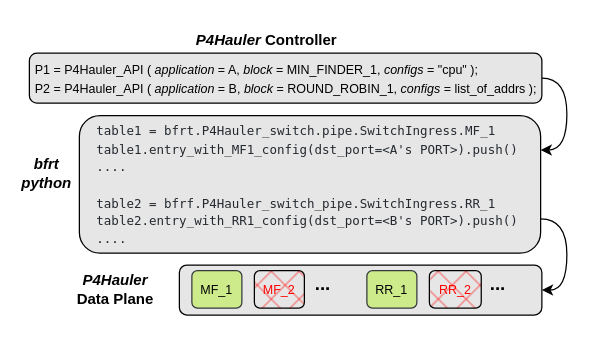
Earlier version of the draw.io diagram page "Page-6" (6 of 6) of Table-Figs/DP.drawio (PINetDalhousie/P4Hauler). Source tidied: cells renumbered, new cells numbered last; positions are measured from the earlier drawing's top-left corner, leaving out a move shared by most shapes. Both pictures are drawn from the tidied source at 125%, with x=0, y=0 at pixel (21, 21).
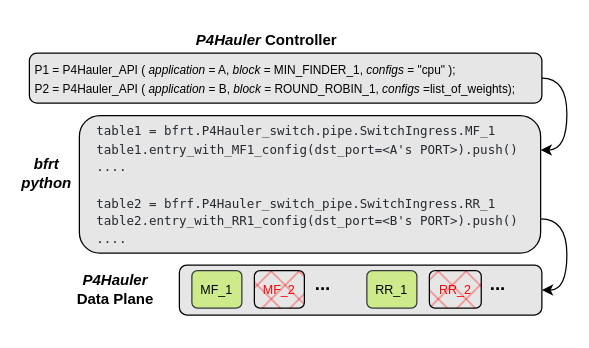
The same page after the edit.

Diff of the diagram source:
```diff
@@
 <mxGraphModel>
   <root>
     <mxCell id="0" />
     <mxCell id="1" parent="0" />
     <mxCell id="2" style="edgeStyle=orthogonalEdgeStyle;jettySize=auto;html=1;entryX=1;entryY=0.25;entryDx=0;entryDy=0;fontSize=9;exitX=1;exitY=0.5;exitDx=0;exitDy=0;curved=1;" parent="1" edge="1" source="3" target="6">
       <mxGeometry relative="1" as="geometry" />
     </mxCell>
-    <mxCell id="3" value="&lt;font style=&quot;font-size: 10px;&quot;&gt;&amp;nbsp;P1 = P4Hauler_API ( &lt;i&gt;application&lt;/i&gt; = A, &lt;i&gt;block&lt;/i&gt; = MIN_FINDER_1, &lt;i&gt;configs&lt;/i&gt; = &quot;cpu&quot; );&lt;br&gt;&amp;nbsp;P2 =&amp;nbsp;P4Hauler_API&amp;nbsp;(&amp;nbsp;&lt;i style=&quot;border-color: var(--border-color);&quot;&gt;application&lt;/i&gt;&amp;nbsp;= B,&amp;nbsp;&lt;i style=&quot;border-color: var(--border-color);&quot;&gt;block&lt;/i&gt;&amp;nbsp;= ROUND_ROBIN_1,&amp;nbsp;&lt;i style=&quot;border-color: var(--border-color);&quot;&gt;configs&lt;/i&gt;&amp;nbsp;= list_of_addrs );&lt;/font&gt;" style="rounded=1;whiteSpace=wrap;html=1;fillColor=#E6E6E6;align=left;" parent="1" vertex="1">
+    <mxCell id="3" value="&lt;font style=&quot;font-size: 9.5px;&quot;&gt;&amp;nbsp;P1 = P4Hauler_API ( &lt;i&gt;application&lt;/i&gt; = A, &lt;i&gt;block&lt;/i&gt; = MIN_FINDER_1, &lt;i&gt;configs&lt;/i&gt; = &quot;cpu&quot; );&lt;br&gt;&amp;nbsp;P2 =&amp;nbsp;P4Hauler_API&amp;nbsp;(&amp;nbsp;&lt;i style=&quot;border-color: var(--border-color);&quot;&gt;application&lt;/i&gt;&amp;nbsp;= B,&amp;nbsp;&lt;i style=&quot;border-color: var(--border-color);&quot;&gt;block&lt;/i&gt;&amp;nbsp;= ROUND_ROBIN_1,&amp;nbsp;&lt;i style=&quot;border-color: var(--border-color);&quot;&gt;configs&lt;/i&gt;&amp;nbsp;=list_of_weights);&lt;/font&gt;" style="rounded=1;whiteSpace=wrap;html=1;fillColor=#E6E6E6;align=left;" parent="1" vertex="1">
       <mxGeometry x="6" y="25" width="410" height="40" as="geometry" />
     </mxCell>
     <mxCell id="4" value="&lt;b&gt;&lt;font style=&quot;font-size: 12px;&quot;&gt;&lt;i&gt;P4Hauler&amp;nbsp;&lt;/i&gt;&lt;/font&gt;&lt;/b&gt;&lt;span style=&quot;font-size: 12px;&quot;&gt;&lt;b&gt;Controller&lt;/b&gt;&lt;/span&gt;" style="text;html=1;strokeColor=none;fillColor=none;align=center;verticalAlign=middle;whiteSpace=wrap;rounded=0;fontSize=10;" parent="1" vertex="1">
       <mxGeometry x="136" width="120" height="30" as="geometry" />
     </mxCell>
     <mxCell id="5" style="edgeStyle=orthogonalEdgeStyle;curved=1;jettySize=auto;html=1;entryX=1;entryY=0.5;entryDx=0;entryDy=0;fontSize=10;fontColor=#000000;exitX=1;exitY=0.75;exitDx=0;exitDy=0;" parent="1" edge="1" source="6" target="8">
       <mxGeometry relative="1" as="geometry" />
     </mxCell>
     <mxCell id="6" value="&lt;font style=&quot;font-size: 10px;&quot;&gt;&lt;span style=&quot;box-sizing: border-box; caret-color: rgb(36, 41, 47); color: rgb(36, 41, 47); font-family: ui-monospace, SFMono-Regular, &amp;quot;SF Mono&amp;quot;, Menlo, Consolas, &amp;quot;Liberation Mono&amp;quot;, monospace;&quot; class=&quot;pl-s1&quot;&gt;&amp;nbsp; &lt;br&gt;&amp;nbsp; table1 =&amp;nbsp;&lt;/span&gt;&lt;span style=&quot;box-sizing: border-box; caret-color: rgb(36, 41, 47); color: rgb(36, 41, 47); font-family: ui-monospace, SFMono-Regular, &amp;quot;SF Mono&amp;quot;, Menlo, Consolas, &amp;quot;Liberation Mono&amp;quot;, monospace;&quot; class=&quot;pl-s1&quot;&gt;&lt;span style=&quot;box-sizing: border-box;&quot; class=&quot;pl-s1&quot;&gt;&lt;span style=&quot;box-sizing: border-box;&quot; data-hydro-click=&quot;{&amp;quot;event_type&amp;quot;:&amp;quot;code_navigation.click_on_symbol&amp;quot;,&amp;quot;payload&amp;quot;:{&amp;quot;action&amp;quot;:&amp;quot;click_on_symbol&amp;quot;,&amp;quot;repository_id&amp;quot;:557904590,&amp;quot;ref&amp;quot;:&amp;quot;main&amp;quot;,&amp;quot;language&amp;quot;:&amp;quot;Python&amp;quot;,&amp;quot;backend&amp;quot;:&amp;quot;ALEPH_PRECISE&amp;quot;,&amp;quot;code_nav_context&amp;quot;:&amp;quot;BLOB_VIEW&amp;quot;,&amp;quot;retry_backend&amp;quot;:&amp;quot;&amp;quot;,&amp;quot;cross_repo_results_included&amp;quot;:&amp;quot;CROSS_REPO_ENABLED&amp;quot;,&amp;quot;in_repo_result_count&amp;quot;:0,&amp;quot;cross_repo_result_count&amp;quot;:0,&amp;quot;originating_url&amp;quot;:&amp;quot;https://github.com/hesam4g/p4mite_extention/find-definition?q=bfrt&amp;amp;blob_path=switches%2Fconfig_p4mite_switch.py&amp;amp;ref=main&amp;amp;language=Python&amp;amp;row=9&amp;amp;col=9&amp;amp;code_nav_context=BLOB_VIEW&amp;quot;,&amp;quot;user_id&amp;quot;:53886945}}&quot; class=&quot;pl-token&quot;&gt;bfrt.P4Hauler&lt;/span&gt;&lt;/span&gt;&lt;span style=&quot;box-sizing: border-box;&quot; class=&quot;pl-s1&quot;&gt;&lt;span style=&quot;box-sizing: border-box;&quot; data-hydro-click=&quot;{&amp;quot;event_type&amp;quot;:&amp;quot;code_navigation.click_on_symbol&amp;quot;,&amp;quot;payload&amp;quot;:{&amp;quot;action&amp;quot;:&amp;quot;click_on_symbol&amp;quot;,&amp;quot;repository_id&amp;quot;:557904590,&amp;quot;ref&amp;quot;:&amp;quot;main&amp;quot;,&amp;quot;language&amp;quot;:&amp;quot;Python&amp;quot;,&amp;quot;backend&amp;quot;:&amp;quot;ALEPH_PRECISE&amp;quot;,&amp;quot;code_nav_context&amp;quot;:&amp;quot;BLOB_VIEW&amp;quot;,&amp;quot;retry_backend&amp;quot;:&amp;quot;&amp;quot;,&amp;quot;cross_repo_results_included&amp;quot;:&amp;quot;CROSS_REPO_ENABLED&amp;quot;,&amp;quot;in_repo_result_count&amp;quot;:0,&amp;quot;cross_repo_result_count&amp;quot;:0,&amp;quot;originating_url&amp;quot;:&amp;quot;https://github.com/hesam4g/p4mite_extention/find-definition?q=p4mite_switch&amp;amp;blob_path=switches%2Fconfig_p4mite_switch.py&amp;amp;ref=main&amp;amp;language=Python&amp;amp;row=9&amp;amp;col=14&amp;amp;code_nav_context=BLOB_VIEW&amp;quot;,&amp;quot;user_id&amp;quot;:53886945}}&quot; class=&quot;pl-token&quot;&gt;_switch.p&lt;/span&gt;&lt;/span&gt;&lt;span style=&quot;box-sizing: border-box;&quot; class=&quot;pl-s1&quot;&gt;&lt;span style=&quot;box-sizing: border-box;&quot; data-hydro-click=&quot;{&amp;quot;event_type&amp;quot;:&amp;quot;code_navigation.click_on_symbol&amp;quot;,&amp;quot;payload&amp;quot;:{&amp;quot;action&amp;quot;:&amp;quot;click_on_symbol&amp;quot;,&amp;quot;repository_id&amp;quot;:557904590,&amp;quot;ref&amp;quot;:&amp;quot;main&amp;quot;,&amp;quot;language&amp;quot;:&amp;quot;Python&amp;quot;,&amp;quot;backend&amp;quot;:&amp;quot;ALEPH_PRECISE&amp;quot;,&amp;quot;code_nav_context&amp;quot;:&amp;quot;BLOB_VIEW&amp;quot;,&amp;quot;retry_backend&amp;quot;:&amp;quot;&amp;quot;,&amp;quot;cross_repo_results_included&amp;quot;:&amp;quot;CROSS_REPO_ENABLED&amp;quot;,&amp;quot;in_repo_result_count&amp;quot;:0,&amp;quot;cross_repo_result_count&amp;quot;:0,&amp;quot;originating_url&amp;quot;:&amp;quot;https://github.com/hesam4g/p4mite_extention/find-definition?q=pipe&amp;amp;blob_path=switches%2Fconfig_p4mite_switch.py&amp;amp;ref=main&amp;amp;language=Python&amp;amp;row=9&amp;amp;col=28&amp;amp;code_nav_context=BLOB_VIEW&amp;quot;,&amp;quot;user_id&amp;quot;:53886945}}&quot; class=&quot;pl-token&quot;&gt;ipe.S&lt;/span&gt;&lt;/span&gt;&lt;span style=&quot;caret-color: rgb(0, 0, 0); color: var(--color-prettylights-syntax-variable); box-sizing: border-box;&quot; class=&quot;pl-v&quot;&gt;&lt;span style=&quot;box-sizing: border-box;&quot; data-hydro-click=&quot;{&amp;quot;event_type&amp;quot;:&amp;quot;code_navigation.click_on_symbol&amp;quot;,&amp;quot;payload&amp;quot;:{&amp;quot;action&amp;quot;:&amp;quot;click_on_symbol&amp;quot;,&amp;quot;repository_id&amp;quot;:557904590,&amp;quot;ref&amp;quot;:&amp;quot;main&amp;quot;,&amp;quot;language&amp;quot;:&amp;quot;Python&amp;quot;,&amp;quot;backend&amp;quot;:&amp;quot;ALEPH_PRECISE&amp;quot;,&amp;quot;code_nav_context&amp;quot;:&amp;quot;BLOB_VIEW&amp;quot;,&amp;quot;retry_backend&amp;quot;:&amp;quot;&amp;quot;,&amp;quot;cross_repo_results_included&amp;quot;:&amp;quot;CROSS_REPO_ENABLED&amp;quot;,&amp;quot;in_repo_result_count&amp;quot;:0,&amp;quot;cross_repo_result_count&amp;quot;:0,&amp;quot;originating_url&amp;quot;:&amp;quot;https://github.com/hesam4g/p4mite_extention/find-definition?q=SwitchIngress&amp;amp;blob_path=switches%2Fconfig_p4mite_switch.py&amp;amp;ref=main&amp;amp;language=Python&amp;amp;row=9&amp;amp;col=33&amp;amp;code_nav_context=BLOB_VIEW&amp;quot;,&amp;quot;user_id&amp;quot;:53886945}}&quot; class=&quot;pl-token&quot;&gt;witchIngress.MF_1&lt;/span&gt;&lt;/span&gt;&lt;br&gt;&amp;nbsp; table1.entry_with_MF1_config(dst_port=&amp;lt;A's PORT&amp;gt;).push()&lt;br&gt;&amp;nbsp; ....&lt;br&gt;&lt;br&gt;&amp;nbsp; table2 = bfrf.P4Hauler_switch_pipe.SwitchIngress.RR_1&lt;br&gt;&amp;nbsp; table2.entry_with_RR1_config(dst_port=&amp;lt;B's PORT&amp;gt;).push()&lt;br&gt;&amp;nbsp; ....&lt;br&gt;&lt;br&gt;&lt;/span&gt;&lt;/font&gt;" style="rounded=1;whiteSpace=wrap;html=1;fillColor=#E6E6E6;align=left;" parent="1" vertex="1">
       <mxGeometry x="46" y="75" width="369" height="110" as="geometry" />
     </mxCell>
     <mxCell id="7" value="&lt;span style=&quot;font-size: 12px;&quot;&gt;&lt;b&gt;&lt;i&gt;bfrt&lt;br&gt;python&lt;/i&gt;&lt;/b&gt;&lt;/span&gt;" style="text;html=1;strokeColor=none;fillColor=none;align=center;verticalAlign=middle;whiteSpace=wrap;rounded=0;fontSize=10;" parent="1" vertex="1">
       <mxGeometry y="106" width="40" height="30" as="geometry" />
     </mxCell>
     <mxCell id="8" style="rounded=1;whiteSpace=wrap;html=1;fillColor=#E6E6E6;align=left;" parent="1" vertex="1">
       <mxGeometry x="126" y="194.5" width="290" height="40" as="geometry" />
     </mxCell>
     <mxCell id="9" value="MF_1" style="rounded=1;whiteSpace=wrap;html=1;fontSize=10;fillColor=#cdeb8b;strokeColor=#36393d;" parent="1" vertex="1">
       <mxGeometry x="136" y="199" width="40" height="30" as="geometry" />
     </mxCell>
     <mxCell id="10" value="&lt;font color=&quot;#ff0000&quot;&gt;MF_2&lt;/font&gt;" style="rounded=1;whiteSpace=wrap;html=1;fontSize=10;fontColor=#000000;fillStyle=cross-hatch;fillColor=#FF0000;" parent="1" vertex="1">
       <mxGeometry x="186" y="199" width="40" height="30" as="geometry" />
     </mxCell>
     <mxCell id="11" value="&lt;b&gt;&lt;font style=&quot;font-size: 12px;&quot;&gt;&lt;i&gt;P4Hauler&lt;br&gt;&lt;/i&gt;&lt;/font&gt;&lt;/b&gt;&lt;span style=&quot;font-size: 12px;&quot;&gt;&lt;b&gt;Data Plane&lt;/b&gt;&lt;/span&gt;" style="text;html=1;strokeColor=none;fillColor=none;align=center;verticalAlign=middle;whiteSpace=wrap;rounded=0;fontSize=10;" parent="1" vertex="1">
       <mxGeometry x="40" y="184.5" width="70" height="59" as="geometry" />
     </mxCell>
     <mxCell id="12" value="&lt;font style=&quot;font-size: 15px;&quot;&gt;&lt;b&gt;...&lt;/b&gt;&lt;/font&gt;" style="text;html=1;strokeColor=none;fillColor=none;align=center;verticalAlign=middle;whiteSpace=wrap;rounded=0;fillStyle=auto;fontSize=10;fontColor=#000000;" parent="1" vertex="1">
       <mxGeometry x="366" y="199" width="30" height="20" as="geometry" />
     </mxCell>
     <mxCell id="13" value="&lt;font style=&quot;font-size: 15px;&quot;&gt;&lt;b&gt;...&lt;/b&gt;&lt;/font&gt;" style="text;html=1;strokeColor=none;fillColor=none;align=center;verticalAlign=middle;whiteSpace=wrap;rounded=0;fillStyle=auto;fontSize=10;fontColor=#000000;" parent="1" vertex="1">
       <mxGeometry x="226" y="199" width="30" height="20" as="geometry" />
     </mxCell>
     <mxCell id="14" value="&lt;font color=&quot;#ff0000&quot;&gt;RR_2&lt;/font&gt;" style="rounded=1;whiteSpace=wrap;html=1;fontSize=10;fontColor=#000000;fillStyle=cross-hatch;fillColor=#FF0000;" parent="1" vertex="1">
       <mxGeometry x="326" y="199" width="41.5" height="30" as="geometry" />
     </mxCell>
     <mxCell id="15" value="RR_1" style="rounded=1;whiteSpace=wrap;html=1;fontSize=10;fillColor=#cdeb8b;strokeColor=#36393d;" parent="1" vertex="1">
       <mxGeometry x="276" y="199" width="40" height="30" as="geometry" />
     </mxCell>
   </root>
 </mxGraphModel>
```
